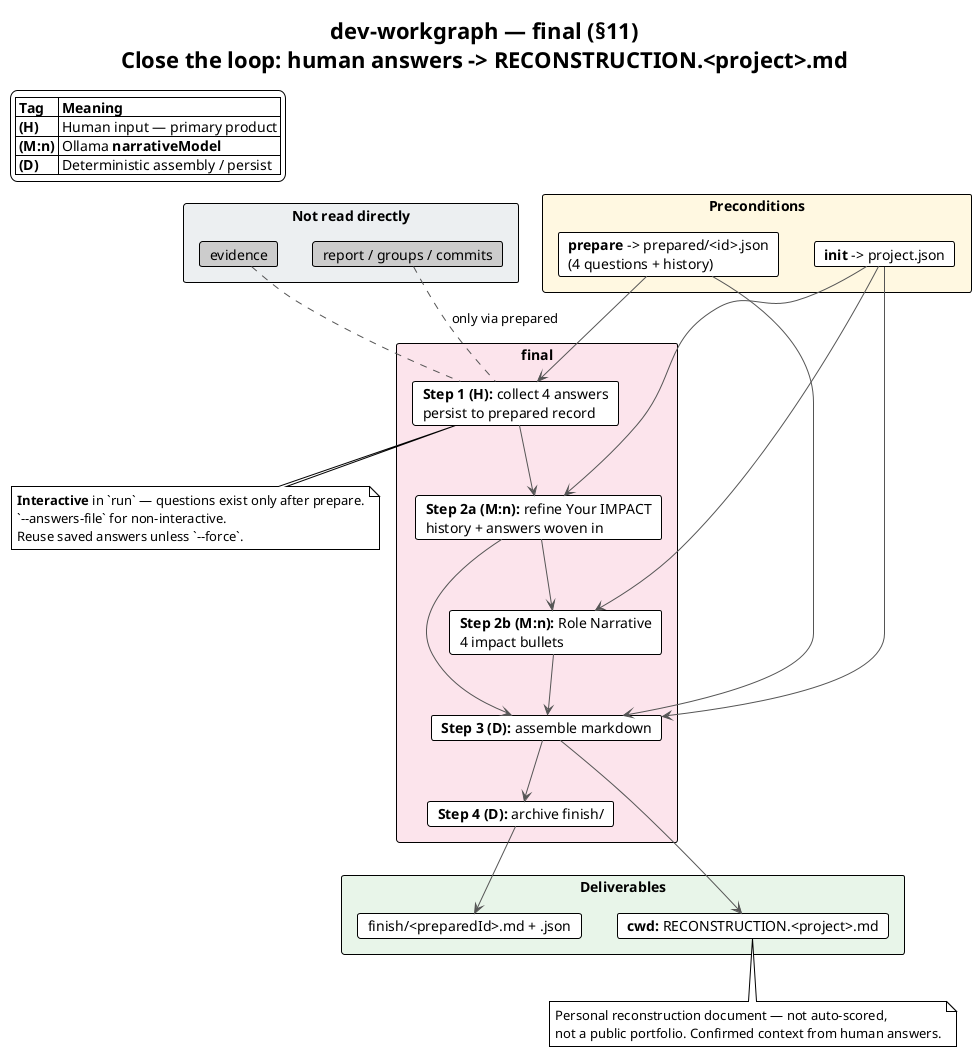
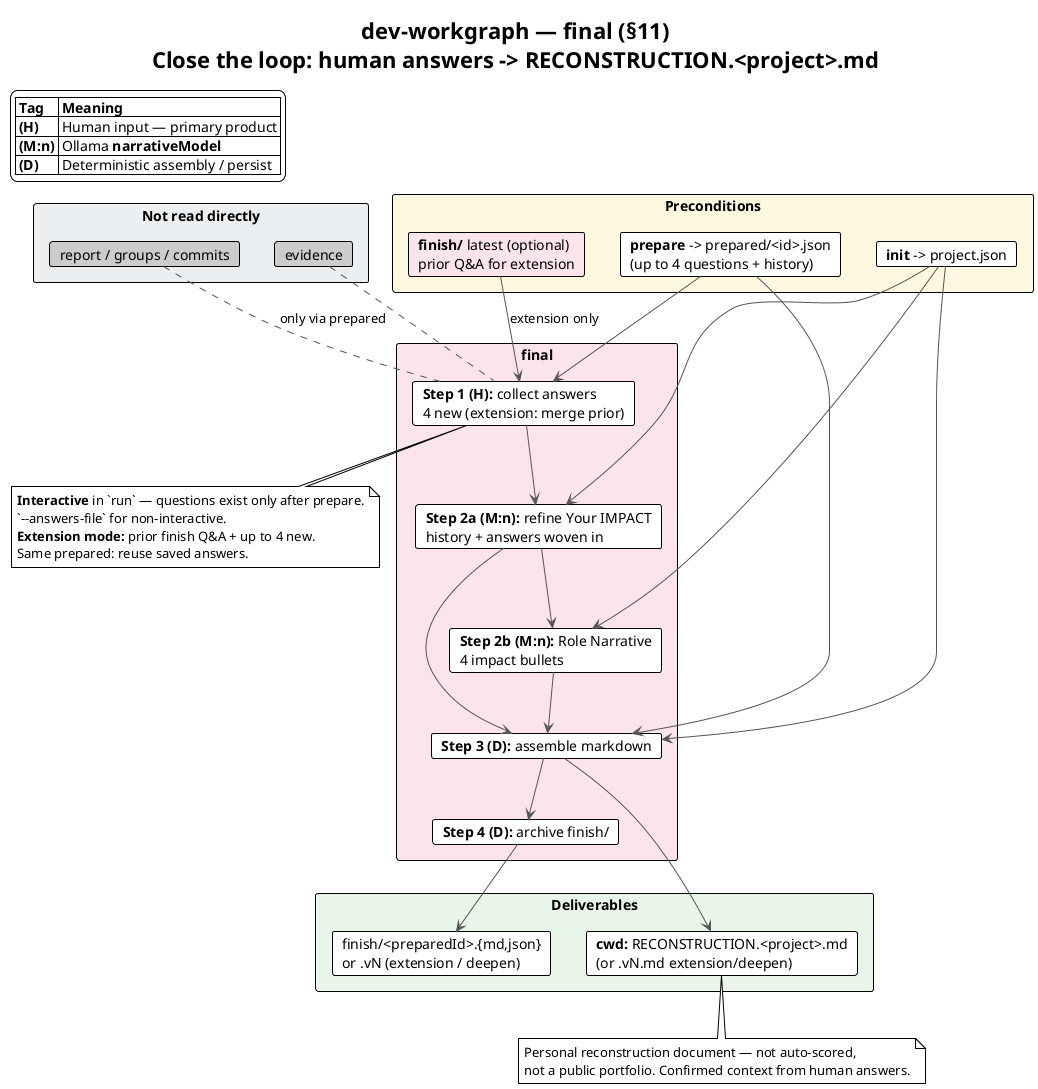
@startuml final-overview
!theme plain
skinparam shadowing false
skinparam ArrowColor #555555

title dev-workgraph — **final** (§11)\nClose the loop: human answers -> **RECONSTRUCTION.<project>.md**

legend top left
  |= Tag |= Meaning |
  | **(H)** | Human input — primary product |
  | **(M:n)** | Ollama **narrativeModel** |
  | **(D)** | Deterministic assembly / persist |
endlegend

rectangle "**Preconditions**" #FFF8E1 {
-   card "**prepare** -> prepared/<id>.json\n(4 questions + history)" as PREP
+   card "**prepare** -> prepared/<id>.json\n(up to 4 questions + history)" as PREP
+   card "**finish/** latest (optional)\nprior Q&A for extension" as PFIN #FCE4EC
  card "**init** -> project.json" as INIT
}

rectangle "**Not read directly**" #ECEFF1 {
  card "report / groups / commits" as X #CCCCCC
  card "evidence" as E #CCCCCC
}

rectangle "**final**" #FCE4EC {
-   card "**Step 1 (H):** collect 4 answers\npersist to prepared record" as S1
+   card "**Step 1 (H):** collect answers\n4 new (extension: merge prior)" as S1
  card "**Step 2a (M:n):** refine Your IMPACT\nhistory + answers woven in" as S2A
  card "**Step 2b (M:n):** Role Narrative\n4 impact bullets" as S2B
  card "**Step 3 (D):** assemble markdown" as S3
  card "**Step 4 (D):** archive finish/" as S4
}

rectangle "**Deliverables**" #E8F5E9 {
-   card "**cwd:** RECONSTRUCTION.<project>.md" as MD
-   card "finish/<preparedId>.md + .json" as FIN
+   card "**cwd:** RECONSTRUCTION.<project>.md\n(or .vN.md extension/deepen)" as MD
+   card "finish/<preparedId>.{md,json}\nor .vN (extension / deepen)" as FIN
}

PREP --> S1
+ PFIN --> S1 : extension only
INIT --> S2A
INIT --> S2B
S1 --> S2A
S2A --> S2B
S2A --> S3
S2B --> S3
PREP --> S3
INIT --> S3
S3 --> MD
S3 --> S4
S4 --> FIN

X .. S1 : only via prepared
E .. S1

note bottom of S1
  **Interactive** in `run` — questions exist only after prepare.
  `--answers-file` for non-interactive.
-   Reuse saved answers unless `--force`.
+   **Extension mode:** prior finish Q&A + up to 4 new.
+   Same prepared: reuse saved answers.
end note

note bottom of MD
  Personal reconstruction document — not auto-scored,
  not a public portfolio. Confirmed context from human answers.
end note

@enduml


@startuml final-command
!theme plain
skinparam shadowing false
skinparam ActivityBorderColor #888888
skinparam NoteBackgroundColor #FCE4EC

title **final** — Full command flow

start

:Require **project.json** + latest **prepared/<reportId>.json**;

if (No prepared?) then (yes)
  #Pink:Run **prepare** first;
  stop
else (no)
endif

- partition "**Step 1 — Collect answers (H, no LLM)**" {
-   if (--answers-file?) then (yes)
-     :Load Q&A from JSON file;
-   else if (saved answers AND NOT --force?) then (yes)
-     :Reuse answers from prepared record;
-   else (no)
-     :Interactive editor:\n4 questions one at a time\n(multi-line allowed);
-   endif
-   :Persist answers + answeredAt\n**in-place** on prepared/<id>.json;
- }
+ if (Prior finish with answers\nAND new prepared file?) then (yes — **extension mode**)
+   partition "**Extension — Step 1 (H)**" {
+     :Load cumulative Q&A from **latestFinish()**;
+     :Ask **new** questions only\n(dedupe by normalized text, up to 4);
+     :Merge prior + new -> **allQa**;
+     :Persist full answers[] on prepared;
+   }
+ else (first run / same prepared)
+   partition "**Step 1 — Collect answers (H, no LLM)**" {
+     if (--answers-file?) then (yes)
+       :Load Q&A from JSON file;
+     else if (saved answers?) then (yes)
+       :Reuse answers from prepared record;
+     else (no)
+       :Interactive editor:\nup to 4 questions\n(multi-line allowed);
+     endif
+     :Persist answers + answeredAt\n**in-place** on prepared/<id>.json;
+   }
+ endif

:Pick **narrativeModel** (Ollama);

partition "**Step 2a — Refine Your IMPACT (M:n)**" {
-   :Input: prepared.model.history\n+ Q&A pairs + project context;
+   :Input: prepared.model.history\n+ prior finish.history (extension)\n+ **all** Q&A + project context;
  :Weave answers into narrative;\nANSWER_CORRECTION_RULE:\nanswers override over-strong Git claims;
  :Output: **impactHistory**;\nfallback = prepared history on failure;
  note right
    Prepared history NOT modified on disk
  end note
}

partition "**Step 2b — Role Narrative (M:n)**" {
  :Input: **impactHistory** (from 2a)\n+ 4 signalReasons + Q&A + project context;
  :Output: **exactly 4** impact bullets;\nclaim-safe engineer-to-engineer tone;
}

partition "**Step 3 — Write markdown (D)**" {
  :Assemble RECONSTRUCTION.<project>.md\n-> **process.cwd()** (not repo path);
  note right
    ## PROJECT DESCRIPTION (from profile)
    ## Your IMPACT as {ROLE}
    ## Technologies
    ## Impact bullet points
    ## Possible questions (Q&A)
  end note
}

partition "**Step 4 — Archive (D)**" {
-   :Copy markdown -> finish/<preparedId>.md;
-   :Write FinishRecord -> finish/<preparedId>.json\n(links sourcePrepared + sourceReport);
+   if (extension mode?) then (yes)
+     :Append finish/<preparedId>.vN.{md,json}\nsourcePreviousFinish, version N+1;
+     :Write RECONSTRUCTION.<project>.vN.md;
+   else (no)
+     :Copy markdown -> finish/<preparedId>.md;
+     :Write FinishRecord -> finish/<preparedId>.json\n(version 1);
+   endif
}

#LightGreen:MVP deliverable complete;

stop

@enduml


@startuml final-inputs
!theme plain
skinparam shadowing false

title **final** — inputs and provenance chain (file names only)

rectangle "**Read by final**" #FFF8E1 {
  card "prepared/<reportId>.json" as P
  card "project.json" as PJ
+   card "finish/ latest\n(extension mode)" as PF #FCE4EC
}

rectangle "**From prepared**" #FFF3E0 {
  component "model.history -> refine in 2a" as H
  component "model.questions x4 -> ask human" as Q
  component "model.signalReasons x4 -> Role Narrative" as R
  component "model.technologies -> markdown" as T
  component "sourceReport (traceability)" as SR
}

rectangle "**From project.json**" as PJIN #FFF8E1 {
  component "role -> IMPACT heading + framing" as ROLE
  component "profile.summary/domains/stack\n-> PROJECT DESCRIPTION" as PROF
  component "story.preparedContext -> LLM context" as STORY
}

rectangle "**Not loaded**" #ECEFF1 {
  card "reports/" as REP #CCCCCC
  card "groups/" as G #CCCCCC
  card "commits/" as C #CCCCCC
}

+ PF --> Q : prior answers\n(extension only)
P --> H
P --> Q
P --> R
P --> T
PJ --> ROLE
PJ --> PROF
PJ --> STORY

REP .. P : trace via sourceReport\nin finish record only
G .. P
C .. P

note bottom of P
  Provenance chain (no commit hashes):
  finish -> sourcePrepared -> prepared
  -> sourceReport -> report
  (groups/commits implicit inside report)
end note

@enduml


@startuml final-human-loop
!theme plain
skinparam shadowing false
skinparam NoteBackgroundColor #FCE4EC

title **Step 1** — Human loop closes the pipeline (§8, §11)

rectangle "**System asked (prepare)**" #FFF3E0 {
  card "4 role-aware questions\nwhat Git cannot know" as Q
}

rectangle "**Human confirms (final)**" #FCE4EC {
  card "Answer each question\n(editor, multi-line)" as A
  card "Persist to prepared record:\nanswers[] + answeredAt" as P
}

rectangle "**System refines with answers (M:n)**" as REF #E1F5FE {
  card "2a: IMPACT narrative\nGit reconstruction + confirmed context"
  card "2b: 4 Role Narrative bullets\nsame confirmed scope"
}

Q --> A : interactive\n(or --answers-file)
A --> P
P --> REF

note as RULE
  **ANSWER_CORRECTION_RULE:**
  Human answers are **higher priority** than Git reconstruction.
  POC / prototype / rejected option / unfinished work
  in an answer -> narrative narrowed, not appended as caveat.
  Empty answer -> keep Git reconstruction for that part.
end note

note bottom of Q
  Questions are the **primary product** of the whole pipeline.
  final is where they get **answered** and become confirmed context.
end note

@enduml


@startuml final-llm-sessions
!theme plain
skinparam shadowing false

title **Steps 2a + 2b** — two **narrativeModel** sessions

left to right direction

package "**Inputs shared**" #FFF8E1 {
  component "project context block" as CTX
-   component "4 Q&A pairs (from step 1)" as QA
+   component "all Q&A pairs\n(cumulative in extension)" as QA
}

package "**Step 2a — IMPACT narrative (M:n)**" #FFF3E0 {
-   component "prepared.model.history" as PH
+   component "prepared.model.history\n+ prior finish.history\n(extension)" as PH
  component "**impactHistory**\nflowing prose, answers woven in" as IH
}

package "**Step 2b — Role Narrative (M:n)**" #FFF3E0 {
  component "**impactHistory** (from 2a)" as IH2
  component "4 signalReasons" as SR
  component "**narrative x4**\nimpact bullet points" as NB
}

CTX --> IH
PH --> IH
QA --> IH

CTX --> NB
IH2 --> NB
SR --> NB
QA --> NB
IH --> IH2

note bottom of IH
  Rules: invent nothing; claim-safe tone;
  no hype words; name real components;
  answers applied **throughout**, not appended.
end note

note bottom of NB
  Same scope as impactHistory — if answer says POC,
  bullets say prototyped/evaluated, not "migrated production".
  Framed for role seniority.
end note

@enduml


@startuml final-markdown
!theme plain
skinparam shadowing false

title **Step 3** — RECONSTRUCTION markdown structure (D assembly)

rectangle "**Sources**" as SRC {
  card "project.profile" as PJ #FFF8E1
  card "impactHistory (2a)" as IH #FFF3E0
  card "prepared.technologies" as T #FFF3E0
  card "narrative x4 (2b)" as N #FFF3E0
  card "Q&A pairs (step 1)" as QA #FCE4EC
  card "project.role" as R #FFF8E1
}

rectangle "**RECONSTRUCTION.<project>.md**" as MD #E8F5E9 {
  card "## PROJECT DESCRIPTION\nprofile.summary + domains/stack" as S1
  card "## Your IMPACT as {ROLE}\nimpactHistory" as S2
  card "## Technologies\ncomma-separated list" as S3
  card "## Impact bullet points\n4 bullets" as S4
-   card "## Possible questions\nQ/A x4" as S5
+   card "## Possible questions\nQ/A (cumulative)" as S5
}

PJ --> S1
R --> S2
IH --> S2
T --> S3
N --> S4
QA --> S5

note bottom of MD
  Written to **process.cwd()** — where CLI was launched.
  Period mode: RECONSTRUCTION.<project>.<period>.md
  `--output` overrides path.
end note

@enduml


@startuml final-finish-record
!theme plain
skinparam shadowing false
skinparam classBackgroundColor #FAFAFA

title **Step 4** — FinishRecord archive

class "FinishRecord" as FR #E1F5FE {
  finishId = prepared.preparedId
  sourcePrepared — prepared file name
  sourceReport — report file name (traceability)
  project — repo basename
  role
  technologies
  history — refined impactHistory
  narrative — 4 Role Narrative bullets
  answers — Q&A pairs
  outputMarkdown — finish/<id>.md
  provenance { model, generatedAt }
}

class "On disk" as DISK {
  finish/<preparedId>.md — copy of markdown
  finish/<preparedId>.json — this record
}

class "Also on disk" as CWD {
  cwd/RECONSTRUCTION.<project>.md — primary deliverable
}

FR *-- DISK
FR .. CWD : same content

note bottom of FR
  Links back through prepared -> report by **file name**.
-   No commit hashes. `--force` overwrites finish + cwd md.
+   No commit hashes. v1: same prepared reuses answers.
+   Extension: append vN+1 (never overwrite v1..vN).
end note

@enduml


@startuml final-sequence
!theme plain
skinparam shadowing false

title Sequence — **final**

actor "Developer" as DEV
database "prepared/<id>.json" as PREP
database "project.json" as PJ
participant "**final**" as FIN
participant "Ollama\nnarrativeModel" as LLM
database "cwd/RECONSTRUCTION.*.md" as MD
database "finish/" as ARCH

- DEV -> FIN : final ./repo [--force] [--answers-file]
+ DEV -> FIN : final ./repo [--answers-file]

FIN -> PJ : loadProjectContext (required)
FIN -> PREP : latestPrepared()

- alt no saved answers or --force
-   FIN -> DEV : 4 interactive questions (editor)
+ FIN -> ARCH : latestFinish() (if any)
+ 
+ alt extension mode (new prepared + prior finish)
+   FIN -> DEV : new questions only (up to 4)
+   DEV --> FIN : new answers
+   FIN -> FIN : allQa = prior + new
+ else no saved answers
+   FIN -> DEV : up to 4 interactive questions
  DEV --> FIN : answers
else reuse or answers-file
  FIN -> FIN : load existing Q&A
end

FIN -> PREP : persist answers + answeredAt

FIN -> LLM : [2a] refine IMPACT narrative\n(history + Q&A + project context)
LLM --> FIN : impactHistory

FIN -> LLM : [2b] Role Narrative\n(impactHistory + signalReasons + Q&A)
LLM --> FIN : narrative x4

FIN -> FIN : assemble markdown (D)
FIN -> MD : write RECONSTRUCTION.<project>.md
- FIN -> ARCH : finish/<id>.md + FinishRecord json
+ FIN -> ARCH : finish/<id>.md + .json\nor <id>.vN (extension)

FIN --> DEV : path to deliverable
+ 
+ @enduml
+ 
+ 
+ 
+ @startuml final-extension-mode
+ !theme plain
+ skinparam shadowing false
+ 
+ title **final** — extension mode after incremental `run` (§11)
+ 
+ database "finish/<id>.v10.json\n40 Q&A pairs" as F10
+ database "prepared/<newReportId>.json\n4 new questions" as PNEW
+ participant "**final**" as FIN
+ actor "Developer" as DEV
+ database "finish/<id>.v11.json\n44 Q&A pairs" as F11
+ 
+ F10 --> FIN : latestFinish()\nprior answers
+ PNEW --> FIN : new prepared
+ FIN -> DEV : ask 4 **new** questions only
+ DEV --> FIN : new answers
+ FIN -> FIN : merge 40 + 4\nrefine IMPACT (combined history)
+ FIN -> F11 : append v11\nsourcePreviousFinish
+ 
+ note over F11
+   Same version chain as **deepen**.
+   prepare step 6 also reads prior Q&A
+   so questions target new work only.
+ end note

@enduml


@startuml final-pipeline-end
!theme plain
skinparam shadowing false
skinparam ArrowColor #555555

title Full pipeline terminus — **final** closes the loop

rectangle "Git evidence" #E8F5E9 {
  card "evidence -> summarize -> commit-group -> report" as PIPE
}

rectangle "Distillation" #FFF3E0 {
  card "prepare -> 4 questions + unified history" as PREP
}

rectangle "**Human confirms**" #FCE4EC {
  card "**final** answers + refines" as FIN
}

rectangle "**Deliverable**" #C8E6C9 {
  card "**RECONSTRUCTION.<project>.md**" as OUT
}

PIPE --> PREP : reconstruct + ask
PREP --> FIN : ask -> answer
FIN --> OUT : confirmed personal document

note bottom of OUT
  System: reconstruct what changed, ask what Git cannot know.
  Human: confirm ownership, intent, scope via answers.
  Output: claim-safe narrative — not auto-scored achievements.
end note

@enduml
